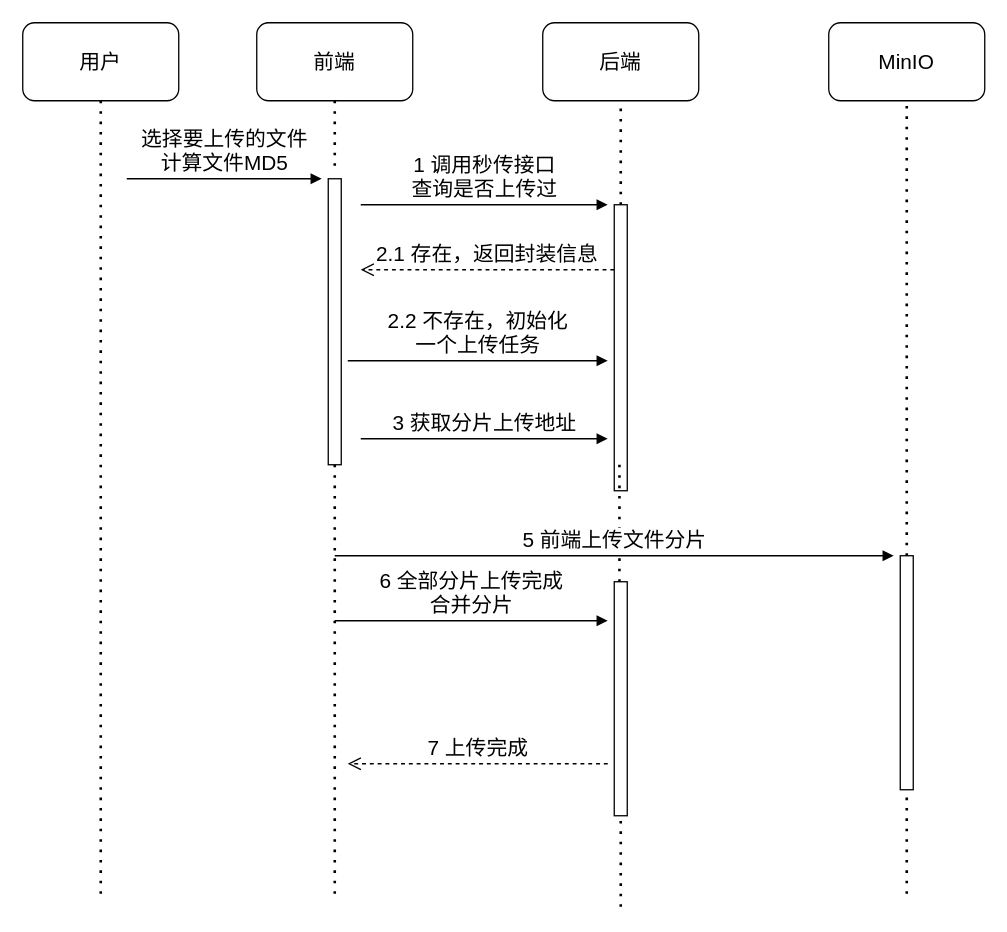
ChengziMao/diagrams keeps this draw.io diagram as 前端直接传输到MinIO交互时序图.drawio. Above is the earlier version. Source tidied: cells renumbered, new cells numbered last; positions are measured from the earlier drawing's top-left corner, leaving out a move shared by most shapes. Both pictures are drawn from the tidied source at 130%, with x=0, y=0 at pixel (22, 22).
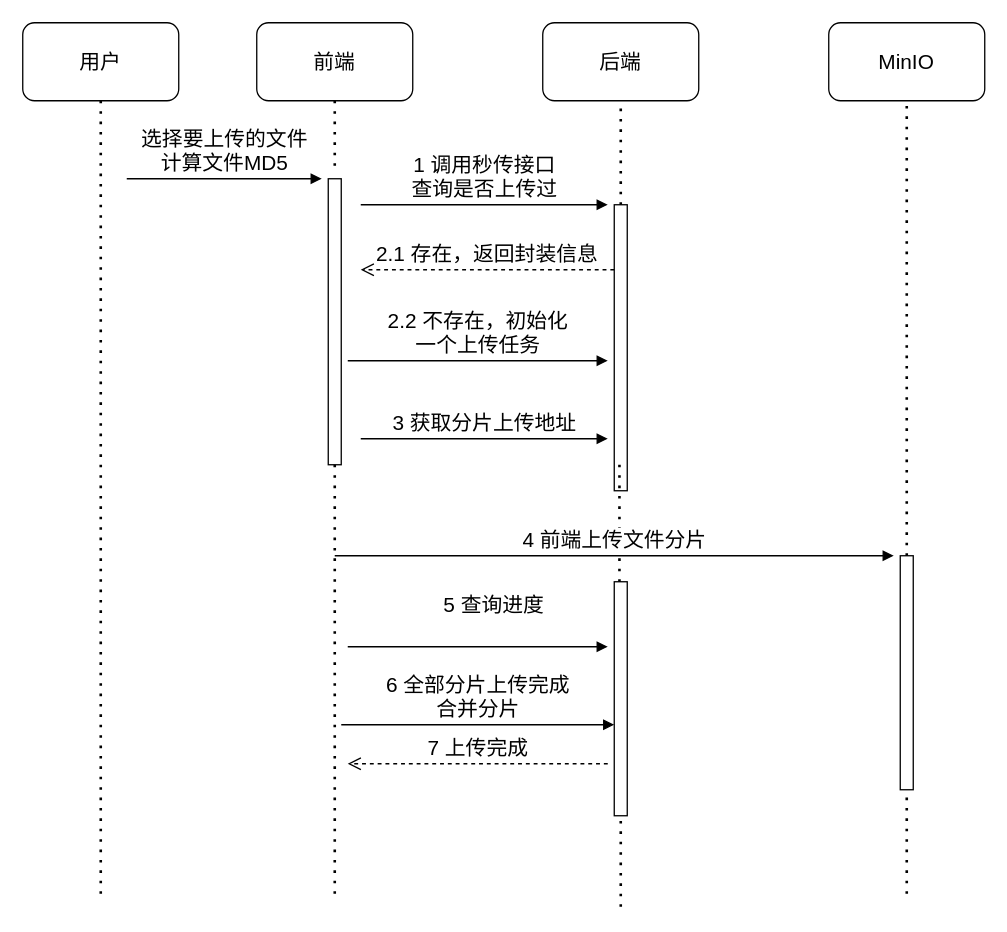
The same page after the edit.

Commit message (it also covers changes not shown here):
更新前端直接传输到MinIO交互时序图.drawio

What changed in the source:
```diff
@@
-    <mxCell id="23" value="&lt;font style=&quot;vertical-align: inherit;&quot; class=&quot;notranslate fyzs-translate-target fyzs-translate-target-wrapper&quot;&gt;&lt;font style=&quot;vertical-align: inherit;&quot; class=&quot;notranslate fyzs-translate-target fyzs-translate-target-box&quot;&gt;&lt;font style=&quot;vertical-align: inherit;&quot; title=&quot;dispatch&quot; class=&quot;notranslate fyzs-translate-target fyzs-translate-target-text&quot;&gt;5 前端上传文件分片&lt;/font&gt;&lt;/font&gt;&lt;/font&gt;" style="html=1;verticalAlign=bottom;endArrow=block;curved=0;rounded=0;fontSize=16;" parent="1" edge="1">
+    <mxCell id="23" value="&lt;font style=&quot;vertical-align: inherit;&quot; class=&quot;notranslate fyzs-translate-target fyzs-translate-target-wrapper&quot;&gt;&lt;font style=&quot;vertical-align: inherit;&quot; class=&quot;notranslate fyzs-translate-target fyzs-translate-target-box&quot;&gt;&lt;font style=&quot;vertical-align: inherit;&quot; title=&quot;dispatch&quot; class=&quot;notranslate fyzs-translate-target fyzs-translate-target-text&quot;&gt;4 前端上传文件分片&lt;/font&gt;&lt;/font&gt;&lt;/font&gt;" style="html=1;verticalAlign=bottom;endArrow=block;curved=0;rounded=0;fontSize=16;" parent="1" edge="1">
       <mxGeometry relative="1" as="geometry">
         <mxPoint x="240" y="410" as="sourcePoint" />
         <mxPoint x="670" y="410" as="targetPoint" />
       </mxGeometry>
     </mxCell>
     <mxCell id="24" value="&lt;font style=&quot;vertical-align: inherit;&quot; class=&quot;notranslate fyzs-translate-target fyzs-translate-target-wrapper&quot;&gt;&lt;font style=&quot;vertical-align: inherit;&quot; class=&quot;notranslate fyzs-translate-target fyzs-translate-target-box&quot;&gt;&lt;font style=&quot;vertical-align: inherit;&quot; title=&quot;dispatch&quot; class=&quot;notranslate fyzs-translate-target fyzs-translate-target-text&quot;&gt;6 全部分片上传完成&lt;/font&gt;&lt;/font&gt;&lt;/font&gt;&lt;div&gt;&lt;font style=&quot;vertical-align: inherit;&quot; class=&quot;notranslate fyzs-translate-target fyzs-translate-target-wrapper&quot;&gt;&lt;font style=&quot;vertical-align: inherit;&quot; class=&quot;notranslate fyzs-translate-target fyzs-translate-target-box&quot;&gt;&lt;font style=&quot;vertical-align: inherit;&quot; title=&quot;dispatch&quot; class=&quot;notranslate fyzs-translate-target fyzs-translate-target-text&quot;&gt;合并分片&lt;/font&gt;&lt;/font&gt;&lt;/font&gt;&lt;/div&gt;" style="html=1;verticalAlign=bottom;endArrow=block;curved=0;rounded=0;fontSize=16;" parent="1" edge="1">
       <mxGeometry relative="1" as="geometry">
-        <mxPoint x="240" y="460" as="sourcePoint" />
-        <mxPoint x="450" y="460" as="targetPoint" />
+        <mxPoint x="245" y="540" as="sourcePoint" />
+        <mxPoint x="455" y="540" as="targetPoint" />
       </mxGeometry>
     </mxCell>
@@
+    <mxCell id="26" value="&lt;font style=&quot;vertical-align: inherit;&quot; class=&quot;notranslate fyzs-translate-target fyzs-translate-target-wrapper&quot;&gt;&lt;font style=&quot;vertical-align: inherit;&quot; class=&quot;notranslate fyzs-translate-target fyzs-translate-target-box&quot;&gt;&lt;font style=&quot;vertical-align: inherit; font-size: 16px;&quot; title=&quot;5&quot; class=&quot;notranslate fyzs-translate-target fyzs-translate-target-text&quot;&gt;&amp;nbsp;5 查询进度&lt;/font&gt;&lt;/font&gt;&lt;/font&gt;" style="html=1;verticalAlign=bottom;endArrow=block;curved=0;rounded=0;" parent="1" edge="1">
+      <mxGeometry x="0.1" y="20" relative="1" as="geometry">
+        <mxPoint x="250" y="480" as="sourcePoint" />
+        <mxPoint x="450" y="480" as="targetPoint" />
+      </mxGeometry>
+    </mxCell>
```
